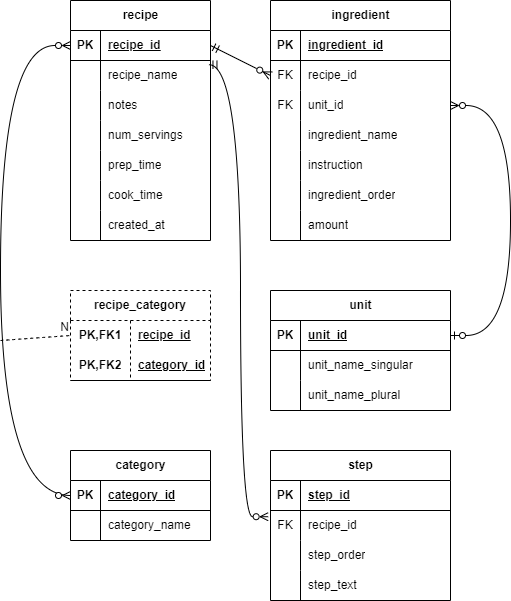
The draw.io diagram ERD.png in vgmal1/Project-Menu-Application, before a commit. Source tidied: cells renumbered, new cells last; positions are measured from the earlier drawing's top-left corner, leaving out a move shared by most shapes.
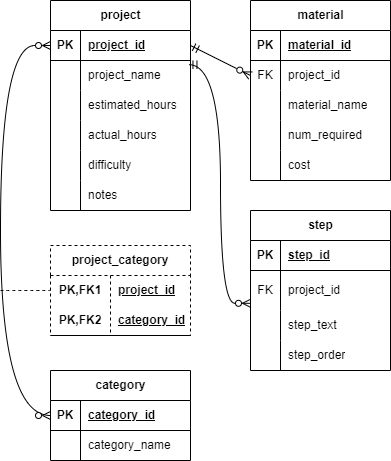
The same file after the commit.

The edit, as a diff of the source:
```diff
@@ -4,7 +4,7 @@
     <mxCell id="1" parent="0" />
-    <mxCell id="2" value="ingredient" style="shape=table;startSize=30;rowLines=0;fontStyle=1;align=center;html=1;" parent="1" vertex="1">
-      <mxGeometry x="270" width="180" height="240" as="geometry" />
+    <mxCell id="2" value="material" style="shape=table;startSize=30;rowLines=0;fontStyle=1;align=center;html=1;" parent="1" vertex="1">
+      <mxGeometry x="270" width="140" height="180" as="geometry" />
     </mxCell>
     <mxCell id="3" style="shape=tableRow;horizontal=0;startSize=0;swimlaneHead=0;swimlaneBody=0;fillColor=none;top=0;left=0;right=0;bottom=1;" parent="2" vertex="1">
-      <mxGeometry y="30" width="180" height="30" as="geometry" />
+      <mxGeometry y="30" width="140" height="30" as="geometry" />
     </mxCell>
@@ -13,7 +13,7 @@
     </mxCell>
-    <mxCell id="5" value="ingredient_id" style="shape=partialRectangle;fillColor=none;top=0;left=0;bottom=0;right=0;align=left;spacingLeft=6;fontStyle=5;overflow=hidden;whiteSpace=wrap;html=1;" parent="3" vertex="1">
-      <mxGeometry x="30" width="150" height="30" as="geometry" />
+    <mxCell id="5" value="material_id" style="shape=partialRectangle;fillColor=none;top=0;left=0;bottom=0;right=0;align=left;spacingLeft=6;fontStyle=5;overflow=hidden;whiteSpace=wrap;html=1;" parent="3" vertex="1">
+      <mxGeometry x="30" width="110" height="30" as="geometry" />
     </mxCell>
     <mxCell id="6" style="shape=tableRow;horizontal=0;startSize=0;swimlaneHead=0;swimlaneBody=0;fillColor=none;points=[[0,0.5],[1,0.5]];portConstraint=eastwest;top=0;left=0;right=0;bottom=0;" parent="2" vertex="1">
-      <mxGeometry y="60" width="180" height="30" as="geometry" />
+      <mxGeometry y="60" width="140" height="30" as="geometry" />
     </mxCell>
@@ -22,16 +22,7 @@
     </mxCell>
-    <mxCell id="8" value="recipe_id" style="shape=partialRectangle;fillColor=none;top=0;left=0;bottom=0;right=0;align=left;spacingLeft=6;overflow=hidden;whiteSpace=wrap;html=1;" parent="6" vertex="1">
-      <mxGeometry x="30" width="150" height="30" as="geometry" />
+    <mxCell id="8" value="project_id" style="shape=partialRectangle;fillColor=none;top=0;left=0;bottom=0;right=0;align=left;spacingLeft=6;overflow=hidden;whiteSpace=wrap;html=1;" parent="6" vertex="1">
+      <mxGeometry x="30" width="110" height="30" as="geometry" />
     </mxCell>
-    <mxCell id="9" style="shape=tableRow;horizontal=0;startSize=0;swimlaneHead=0;swimlaneBody=0;fillColor=none;points=[[0,0.5],[1,0.5]];portConstraint=eastwest;top=0;left=0;right=0;bottom=0;" parent="2" vertex="1">
-      <mxGeometry y="90" width="180" height="30" as="geometry" />
-    </mxCell>
-    <mxCell id="10" value="FK" style="shape=partialRectangle;fillColor=none;top=0;left=0;bottom=0;right=0;overflow=hidden;whiteSpace=wrap;html=1;" parent="9" vertex="1">
-      <mxGeometry width="30" height="30" as="geometry" />
-    </mxCell>
-    <mxCell id="11" value="unit_id" style="shape=partialRectangle;fillColor=none;top=0;left=0;bottom=0;right=0;align=left;spacingLeft=6;overflow=hidden;whiteSpace=wrap;html=1;" parent="9" vertex="1">
-      <mxGeometry x="30" width="150" height="30" as="geometry" />
-    </mxCell>
     <mxCell id="12" style="shape=tableRow;horizontal=0;startSize=0;swimlaneHead=0;swimlaneBody=0;fillColor=none;top=0;left=0;right=0;bottom=0;" parent="2" vertex="1">
-      <mxGeometry y="120" width="180" height="30" as="geometry" />
+      <mxGeometry y="90" width="140" height="30" as="geometry" />
     </mxCell>
@@ -40,7 +31,7 @@
     </mxCell>
-    <mxCell id="14" value="ingredient_name" style="shape=partialRectangle;fillColor=none;top=0;left=0;bottom=0;right=0;align=left;spacingLeft=6;overflow=hidden;whiteSpace=wrap;html=1;" parent="12" vertex="1">
-      <mxGeometry x="30" width="150" height="30" as="geometry" />
+    <mxCell id="14" value="material_name" style="shape=partialRectangle;fillColor=none;top=0;left=0;bottom=0;right=0;align=left;spacingLeft=6;overflow=hidden;whiteSpace=wrap;html=1;" parent="12" vertex="1">
+      <mxGeometry x="30" width="110" height="30" as="geometry" />
     </mxCell>
     <mxCell id="15" style="shape=tableRow;horizontal=0;startSize=0;swimlaneHead=0;swimlaneBody=0;fillColor=none;top=0;left=0;right=0;bottom=0;" parent="2" vertex="1">
-      <mxGeometry y="150" width="180" height="30" as="geometry" />
+      <mxGeometry y="120" width="140" height="30" as="geometry" />
     </mxCell>
@@ -49,7 +40,7 @@
     </mxCell>
-    <mxCell id="17" value="instruction" style="shape=partialRectangle;fillColor=none;top=0;left=0;bottom=0;right=0;align=left;spacingLeft=6;overflow=hidden;whiteSpace=wrap;html=1;" parent="15" vertex="1">
-      <mxGeometry x="30" width="150" height="30" as="geometry" />
+    <mxCell id="17" value="num_required" style="shape=partialRectangle;fillColor=none;top=0;left=0;bottom=0;right=0;align=left;spacingLeft=6;overflow=hidden;whiteSpace=wrap;html=1;" parent="15" vertex="1">
+      <mxGeometry x="30" width="110" height="30" as="geometry" />
     </mxCell>
     <mxCell id="18" style="shape=tableRow;horizontal=0;startSize=0;swimlaneHead=0;swimlaneBody=0;fillColor=none;top=0;left=0;right=0;bottom=0;" parent="2" vertex="1">
-      <mxGeometry y="180" width="180" height="30" as="geometry" />
+      <mxGeometry y="150" width="140" height="30" as="geometry" />
     </mxCell>
@@ -58,16 +49,7 @@
     </mxCell>
-    <mxCell id="20" value="ingredient_order" style="shape=partialRectangle;fillColor=none;top=0;left=0;bottom=0;right=0;align=left;spacingLeft=6;overflow=hidden;whiteSpace=wrap;html=1;" parent="18" vertex="1">
-      <mxGeometry x="30" width="150" height="30" as="geometry" />
+    <mxCell id="20" value="cost" style="shape=partialRectangle;fillColor=none;top=0;left=0;bottom=0;right=0;align=left;spacingLeft=6;overflow=hidden;whiteSpace=wrap;html=1;" parent="18" vertex="1">
+      <mxGeometry x="30" width="110" height="30" as="geometry" />
     </mxCell>
-    <mxCell id="21" style="shape=tableRow;horizontal=0;startSize=0;swimlaneHead=0;swimlaneBody=0;fillColor=none;top=0;left=0;right=0;bottom=0;" parent="2" vertex="1">
-      <mxGeometry y="210" width="180" height="30" as="geometry" />
-    </mxCell>
-    <mxCell id="22" style="shape=partialRectangle;fillColor=none;top=0;left=0;bottom=0;right=0;overflow=hidden;whiteSpace=wrap;html=1;" parent="21" vertex="1">
-      <mxGeometry width="30" height="30" as="geometry" />
-    </mxCell>
-    <mxCell id="23" value="amount" style="shape=partialRectangle;fillColor=none;top=0;left=0;bottom=0;right=0;align=left;spacingLeft=6;overflow=hidden;whiteSpace=wrap;html=1;" parent="21" vertex="1">
-      <mxGeometry x="30" width="150" height="30" as="geometry" />
-    </mxCell>
-    <mxCell id="24" value="recipe" style="shape=table;startSize=30;rowLines=0;fontStyle=1;align=center;html=1;" parent="1" vertex="1">
-      <mxGeometry x="70" width="140" height="240" as="geometry" />
+    <mxCell id="24" value="project" style="shape=table;startSize=30;rowLines=0;fontStyle=1;align=center;html=1;" parent="1" vertex="1">
+      <mxGeometry x="70" width="140" height="210" as="geometry" />
     </mxCell>
@@ -79,3 +61,3 @@
     </mxCell>
-    <mxCell id="27" value="recipe_id" style="shape=partialRectangle;fillColor=none;top=0;left=0;bottom=0;right=0;align=left;spacingLeft=6;fontStyle=5;overflow=hidden;whiteSpace=wrap;html=1;" parent="25" vertex="1">
+    <mxCell id="27" value="project_id" style="shape=partialRectangle;fillColor=none;top=0;left=0;bottom=0;right=0;align=left;spacingLeft=6;fontStyle=5;overflow=hidden;whiteSpace=wrap;html=1;" parent="25" vertex="1">
       <mxGeometry x="30" width="110" height="30" as="geometry" />
@@ -88,3 +70,3 @@
     </mxCell>
-    <mxCell id="30" value="recipe_name" style="shape=partialRectangle;fillColor=none;top=0;left=0;bottom=0;right=0;align=left;spacingLeft=6;overflow=hidden;whiteSpace=wrap;html=1;" parent="28" vertex="1">
+    <mxCell id="30" value="project_name" style="shape=partialRectangle;fillColor=none;top=0;left=0;bottom=0;right=0;align=left;spacingLeft=6;overflow=hidden;whiteSpace=wrap;html=1;" parent="28" vertex="1">
       <mxGeometry x="30" width="110" height="30" as="geometry" />
@@ -97,3 +79,3 @@
     </mxCell>
-    <mxCell id="33" value="notes" style="shape=partialRectangle;fillColor=none;top=0;left=0;bottom=0;right=0;align=left;spacingLeft=6;overflow=hidden;whiteSpace=wrap;html=1;" parent="31" vertex="1">
+    <mxCell id="33" value="estimated_hours" style="shape=partialRectangle;fillColor=none;top=0;left=0;bottom=0;right=0;align=left;spacingLeft=6;overflow=hidden;whiteSpace=wrap;html=1;" parent="31" vertex="1">
       <mxGeometry x="30" width="110" height="30" as="geometry" />
@@ -106,3 +88,3 @@
     </mxCell>
-    <mxCell id="36" value="num_servings" style="shape=partialRectangle;fillColor=none;top=0;left=0;bottom=0;right=0;align=left;spacingLeft=6;overflow=hidden;whiteSpace=wrap;html=1;" parent="34" vertex="1">
+    <mxCell id="36" value="actual_hours" style="shape=partialRectangle;fillColor=none;top=0;left=0;bottom=0;right=0;align=left;spacingLeft=6;overflow=hidden;whiteSpace=wrap;html=1;" parent="34" vertex="1">
       <mxGeometry x="30" width="110" height="30" as="geometry" />
@@ -115,3 +97,3 @@
     </mxCell>
-    <mxCell id="39" value="prep_time" style="shape=partialRectangle;fillColor=none;top=0;left=0;bottom=0;right=0;align=left;spacingLeft=6;overflow=hidden;whiteSpace=wrap;html=1;" parent="37" vertex="1">
+    <mxCell id="39" value="difficulty" style="shape=partialRectangle;fillColor=none;top=0;left=0;bottom=0;right=0;align=left;spacingLeft=6;overflow=hidden;whiteSpace=wrap;html=1;" parent="37" vertex="1">
       <mxGeometry x="30" width="110" height="30" as="geometry" />
@@ -124,49 +106,10 @@
     </mxCell>
-    <mxCell id="42" value="cook_time" style="shape=partialRectangle;fillColor=none;top=0;left=0;bottom=0;right=0;align=left;spacingLeft=6;overflow=hidden;whiteSpace=wrap;html=1;" parent="40" vertex="1">
+    <mxCell id="42" value="notes" style="shape=partialRectangle;fillColor=none;top=0;left=0;bottom=0;right=0;align=left;spacingLeft=6;overflow=hidden;whiteSpace=wrap;html=1;" parent="40" vertex="1">
       <mxGeometry x="30" width="110" height="30" as="geometry" />
     </mxCell>
-    <mxCell id="43" style="shape=tableRow;horizontal=0;startSize=0;swimlaneHead=0;swimlaneBody=0;fillColor=none;top=0;left=0;right=0;bottom=0;" parent="24" vertex="1">
-      <mxGeometry y="210" width="140" height="30" as="geometry" />
-    </mxCell>
-    <mxCell id="44" style="shape=partialRectangle;fillColor=none;top=0;left=0;bottom=0;right=0;overflow=hidden;whiteSpace=wrap;html=1;" parent="43" vertex="1">
-      <mxGeometry width="30" height="30" as="geometry" />
-    </mxCell>
-    <mxCell id="45" value="created_at" style="shape=partialRectangle;fillColor=none;top=0;left=0;bottom=0;right=0;align=left;spacingLeft=6;overflow=hidden;whiteSpace=wrap;html=1;" parent="43" vertex="1">
-      <mxGeometry x="30" width="110" height="30" as="geometry" />
-    </mxCell>
-    <mxCell id="46" value="unit" style="shape=table;startSize=30;rowLines=0;fontStyle=1;align=center;html=1;" parent="1" vertex="1">
-      <mxGeometry x="270" y="290" width="180" height="120" as="geometry" />
-    </mxCell>
-    <mxCell id="47" style="shape=tableRow;horizontal=0;startSize=0;swimlaneHead=0;swimlaneBody=0;fillColor=none;points=[[0,0.5],[1,0.5]];portConstraint=eastwest;top=0;left=0;right=0;bottom=1;" parent="46" vertex="1">
-      <mxGeometry y="30" width="180" height="30" as="geometry" />
-    </mxCell>
-    <mxCell id="48" value="PK" style="shape=partialRectangle;fillColor=none;top=0;left=0;bottom=0;right=0;fontStyle=1;overflow=hidden;whiteSpace=wrap;html=1;" parent="47" vertex="1">
-      <mxGeometry width="30" height="30" as="geometry" />
-    </mxCell>
-    <mxCell id="49" value="unit_id" style="shape=partialRectangle;fillColor=none;top=0;left=0;bottom=0;right=0;align=left;spacingLeft=6;fontStyle=5;overflow=hidden;whiteSpace=wrap;html=1;" parent="47" vertex="1">
-      <mxGeometry x="30" width="150" height="30" as="geometry" />
-    </mxCell>
-    <mxCell id="50" style="shape=tableRow;horizontal=0;startSize=0;swimlaneHead=0;swimlaneBody=0;fillColor=none;top=0;left=0;right=0;bottom=0;" parent="46" vertex="1">
-      <mxGeometry y="60" width="180" height="30" as="geometry" />
-    </mxCell>
-    <mxCell id="51" style="shape=partialRectangle;fillColor=none;top=0;left=0;bottom=0;right=0;overflow=hidden;whiteSpace=wrap;html=1;" parent="50" vertex="1">
-      <mxGeometry width="30" height="30" as="geometry" />
-    </mxCell>
-    <mxCell id="52" value="unit_name_singular" style="shape=partialRectangle;fillColor=none;top=0;left=0;bottom=0;right=0;align=left;spacingLeft=6;overflow=hidden;whiteSpace=wrap;html=1;" parent="50" vertex="1">
-      <mxGeometry x="30" width="150" height="30" as="geometry" />
-    </mxCell>
-    <mxCell id="53" style="shape=tableRow;horizontal=0;startSize=0;swimlaneHead=0;swimlaneBody=0;fillColor=none;top=0;left=0;right=0;bottom=0;" parent="46" vertex="1">
-      <mxGeometry y="90" width="180" height="30" as="geometry" />
-    </mxCell>
-    <mxCell id="54" style="shape=partialRectangle;fillColor=none;top=0;left=0;bottom=0;right=0;overflow=hidden;whiteSpace=wrap;html=1;" parent="53" vertex="1">
-      <mxGeometry width="30" height="30" as="geometry" />
-    </mxCell>
-    <mxCell id="55" value="unit_name_plural" style="shape=partialRectangle;fillColor=none;top=0;left=0;bottom=0;right=0;align=left;spacingLeft=6;overflow=hidden;whiteSpace=wrap;html=1;" parent="53" vertex="1">
-      <mxGeometry x="30" width="150" height="30" as="geometry" />
-    </mxCell>
     <mxCell id="56" value="step" style="shape=table;startSize=30;rowLines=0;fontStyle=1;align=center;html=1;" parent="1" vertex="1">
-      <mxGeometry x="270" y="450" width="180" height="150" as="geometry" />
+      <mxGeometry x="270" y="210" width="140" height="160" as="geometry" />
     </mxCell>
     <mxCell id="57" style="shape=tableRow;horizontal=0;startSize=0;swimlaneHead=0;swimlaneBody=0;fillColor=none;top=0;left=0;right=0;bottom=1;" parent="56" vertex="1">
-      <mxGeometry y="30" width="180" height="30" as="geometry" />
+      <mxGeometry y="30" width="140" height="30" as="geometry" />
     </mxCell>
@@ -176,15 +119,15 @@
     <mxCell id="59" value="step_id" style="shape=partialRectangle;fillColor=none;top=0;left=0;bottom=0;right=0;align=left;spacingLeft=6;fontStyle=5;overflow=hidden;whiteSpace=wrap;html=1;" parent="57" vertex="1">
-      <mxGeometry x="30" width="150" height="30" as="geometry" />
+      <mxGeometry x="30" width="110" height="30" as="geometry" />
     </mxCell>
     <mxCell id="60" style="shape=tableRow;horizontal=0;startSize=0;swimlaneHead=0;swimlaneBody=0;fillColor=none;points=[[0,0.5],[1,0.5]];portConstraint=eastwest;top=0;left=0;right=0;bottom=0;" parent="56" vertex="1">
-      <mxGeometry y="60" width="180" height="30" as="geometry" />
+      <mxGeometry y="60" width="140" height="40" as="geometry" />
     </mxCell>
     <mxCell id="61" value="FK&lt;br&gt;" style="shape=partialRectangle;fillColor=none;top=0;left=0;bottom=0;right=0;overflow=hidden;whiteSpace=wrap;html=1;" parent="60" vertex="1">
-      <mxGeometry width="30" height="30" as="geometry" />
+      <mxGeometry width="30" height="40" as="geometry" />
     </mxCell>
-    <mxCell id="62" value="recipe_id" style="shape=partialRectangle;fillColor=none;top=0;left=0;bottom=0;right=0;align=left;spacingLeft=6;overflow=hidden;whiteSpace=wrap;html=1;" parent="60" vertex="1">
-      <mxGeometry x="30" width="150" height="30" as="geometry" />
+    <mxCell id="62" value="project_id" style="shape=partialRectangle;fillColor=none;top=0;left=0;bottom=0;right=0;align=left;spacingLeft=6;overflow=hidden;whiteSpace=wrap;html=1;" parent="60" vertex="1">
+      <mxGeometry x="30" width="110" height="40" as="geometry" />
     </mxCell>
     <mxCell id="63" style="shape=tableRow;horizontal=0;startSize=0;swimlaneHead=0;swimlaneBody=0;fillColor=none;top=0;left=0;right=0;bottom=0;" parent="56" vertex="1">
-      <mxGeometry y="90" width="180" height="30" as="geometry" />
+      <mxGeometry y="100" width="140" height="30" as="geometry" />
     </mxCell>
@@ -193,7 +136,7 @@
     </mxCell>
-    <mxCell id="65" value="step_order" style="shape=partialRectangle;fillColor=none;top=0;left=0;bottom=0;right=0;align=left;spacingLeft=6;overflow=hidden;whiteSpace=wrap;html=1;" parent="63" vertex="1">
-      <mxGeometry x="30" width="150" height="30" as="geometry" />
+    <mxCell id="65" value="step_text" style="shape=partialRectangle;fillColor=none;top=0;left=0;bottom=0;right=0;align=left;spacingLeft=6;overflow=hidden;whiteSpace=wrap;html=1;" parent="63" vertex="1">
+      <mxGeometry x="30" width="110" height="30" as="geometry" />
     </mxCell>
     <mxCell id="66" style="shape=tableRow;horizontal=0;startSize=0;swimlaneHead=0;swimlaneBody=0;fillColor=none;top=0;left=0;right=0;bottom=0;" parent="56" vertex="1">
-      <mxGeometry y="120" width="180" height="30" as="geometry" />
+      <mxGeometry y="130" width="140" height="30" as="geometry" />
     </mxCell>
@@ -202,7 +145,7 @@
     </mxCell>
-    <mxCell id="68" value="step_text" style="shape=partialRectangle;fillColor=none;top=0;left=0;bottom=0;right=0;align=left;spacingLeft=6;overflow=hidden;whiteSpace=wrap;html=1;" parent="66" vertex="1">
-      <mxGeometry x="30" width="150" height="30" as="geometry" />
+    <mxCell id="68" value="step_order" style="shape=partialRectangle;fillColor=none;top=0;left=0;bottom=0;right=0;align=left;spacingLeft=6;overflow=hidden;whiteSpace=wrap;html=1;" parent="66" vertex="1">
+      <mxGeometry x="30" width="110" height="30" as="geometry" />
     </mxCell>
     <mxCell id="69" value="category" style="shape=table;startSize=30;rowLines=0;fontStyle=1;align=center;html=1;" parent="1" vertex="1">
-      <mxGeometry x="70" y="450" width="140" height="90" as="geometry" />
+      <mxGeometry x="70" y="370" width="140" height="90" as="geometry" />
     </mxCell>
@@ -226,4 +169,4 @@
     </mxCell>
-    <mxCell id="76" value="recipe_category" style="shape=table;startSize=30;rowLines=0;fontStyle=1;align=center;html=1;whiteSpace=wrap;dashed=1;" parent="1" vertex="1">
-      <mxGeometry x="70" y="290" width="140" height="90" as="geometry" />
+    <mxCell id="76" value="project_category" style="shape=table;startSize=30;rowLines=0;fontStyle=1;align=center;html=1;whiteSpace=wrap;dashed=1;" parent="1" vertex="1">
+      <mxGeometry x="70" y="245" width="140" height="90" as="geometry" />
     </mxCell>
@@ -235,3 +178,3 @@
     </mxCell>
-    <mxCell id="79" value="recipe_id" style="shape=partialRectangle;fillColor=none;top=0;left=0;bottom=0;right=0;align=left;spacingLeft=6;fontStyle=5;overflow=hidden;html=1;whiteSpace=wrap;" parent="77" vertex="1">
+    <mxCell id="79" value="project_id" style="shape=partialRectangle;fillColor=none;top=0;left=0;bottom=0;right=0;align=left;spacingLeft=6;fontStyle=5;overflow=hidden;html=1;whiteSpace=wrap;" parent="77" vertex="1">
       <mxGeometry x="60" width="80" height="30" as="geometry" />
@@ -247,7 +190,7 @@
     </mxCell>
-    <mxCell id="83" style="fontSize=12;html=1;endArrow=ERzeroToMany;endFill=1;rounded=0;exitX=0;exitY=0.5;exitDx=0;exitDy=0;entryX=0;entryY=0.5;entryDx=0;entryDy=0;edgeStyle=orthogonalEdgeStyle;curved=1;startArrow=ERzeroToMany;startFill=0;" parent="1" edge="1" source="25" target="70">
+    <mxCell id="83" style="fontSize=12;html=1;endArrow=ERzeroToMany;endFill=1;rounded=0;exitX=0;exitY=0.5;exitDx=0;exitDy=0;entryX=0;entryY=0.5;entryDx=0;entryDy=0;startArrow=ERzeroToMany;startFill=0;edgeStyle=orthogonalEdgeStyle;curved=1;" parent="1" edge="1" source="25" target="70">
       <mxGeometry relative="1" as="geometry">
         <Array as="points">
-          <mxPoint y="45" />
-          <mxPoint y="495" />
+          <mxPoint x="20" y="45" />
+          <mxPoint x="20" y="415" />
         </Array>
@@ -257,8 +200,5 @@
       <mxGeometry relative="1" as="geometry">
-        <mxPoint y="340" as="sourcePoint" />
+        <mxPoint x="20" y="290" as="sourcePoint" />
       </mxGeometry>
     </mxCell>
-    <mxCell id="85" value="N" style="html=1;whiteSpace=wrap;align=right;verticalAlign=bottom;" parent="84" vertex="1">
-      <mxGeometry x="1" relative="1" as="geometry" />
-    </mxCell>
     <mxCell id="86" style="fontSize=12;html=1;endArrow=ERzeroToMany;rounded=0;exitX=1;exitY=0.5;exitDx=0;exitDy=0;entryX=0;entryY=0.5;entryDx=0;entryDy=0;startArrow=ERmandOne;startFill=0;endFill=0;" parent="1" edge="1" source="25" target="6">
@@ -266,13 +206,5 @@
     </mxCell>
-    <mxCell id="87" style="fontSize=12;html=1;endArrow=ERzeroToMany;rounded=0;exitX=0.989;exitY=1.14;exitDx=0;exitDy=0;entryX=-0.013;entryY=0.207;entryDx=0;entryDy=0;startArrow=ERmandOne;startFill=0;entryPerimeter=0;endFill=0;edgeStyle=orthogonalEdgeStyle;curved=1;exitPerimeter=0;" parent="1" edge="1" source="25" target="60">
+    <mxCell id="87" style="fontSize=12;html=1;endArrow=ERzeroToMany;rounded=0;exitX=0.989;exitY=1.14;exitDx=0;exitDy=0;entryX=0;entryY=0.82;entryDx=0;entryDy=0;startArrow=ERmandOne;startFill=0;entryPerimeter=0;endFill=0;edgeStyle=orthogonalEdgeStyle;curved=1;exitPerimeter=0;" parent="1" edge="1" source="25" target="60">
       <mxGeometry relative="1" as="geometry" />
     </mxCell>
-    <mxCell id="88" style="edgeStyle=orthogonalEdgeStyle;fontSize=12;html=1;endArrow=ERzeroToMany;endFill=0;rounded=0;exitX=1;exitY=0.5;exitDx=0;exitDy=0;entryX=1;entryY=0.5;entryDx=0;entryDy=0;curved=1;startArrow=ERzeroToOne;startFill=0;" parent="1" edge="1" source="47" target="9">
-      <mxGeometry relative="1" as="geometry">
-        <Array as="points">
-          <mxPoint x="510" y="335" />
-          <mxPoint x="510" y="105" />
-        </Array>
-      </mxGeometry>
-    </mxCell>
   </root>
```
